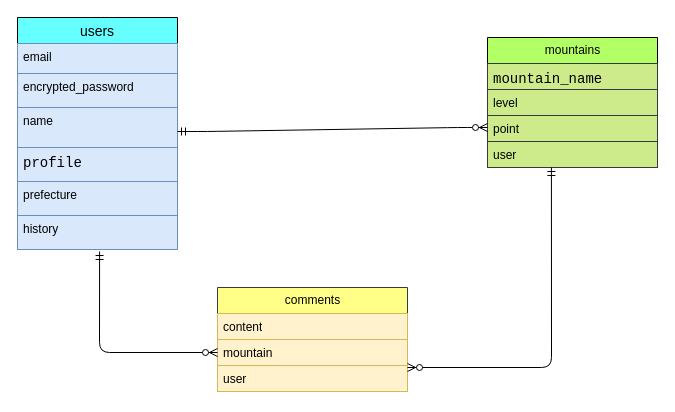
Above: climbing.dio in fuku0717/climbing_app (draw.io), before the change. Source tidied: cells renumbered, new cells numbered last; positions are measured from the earlier drawing's top-left corner, leaving out a move shared by most shapes. Both pictures are drawn from the tidied source at 100%, with x=0, y=0 at pixel (17, 17).
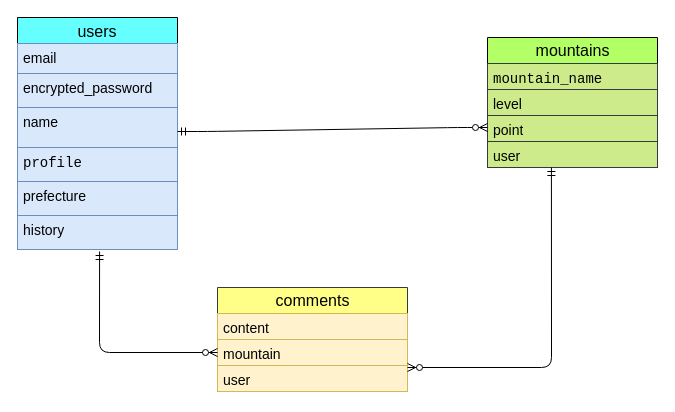
After the change.

Commit message:
climbing.dio を更新します

Diff of the diagram source:
```diff
@@
-    <mxCell id="2" value="&lt;font color=&quot;#000000&quot;&gt;comments&lt;/font&gt;" style="swimlane;fontStyle=0;horizontal=1;startSize=26;fillColor=#ffff88;html=1;strokeColor=#36393d;" parent="1" vertex="1">
+    <mxCell id="2" value="&lt;font style=&quot;font-size: 16px;&quot; color=&quot;#000000&quot;&gt;comments&lt;/font&gt;" style="swimlane;fontStyle=0;horizontal=1;startSize=26;fillColor=#ffff88;html=1;strokeColor=#36393d;" parent="1" vertex="1">
       <mxGeometry x="200" y="270" width="190" height="104" as="geometry" />
     </mxCell>
-    <mxCell id="3" value="content" style="text;strokeColor=#d6b656;fillColor=#fff2cc;align=left;verticalAlign=top;spacingLeft=4;spacingRight=4;overflow=hidden;whiteSpace=wrap;html=1;labelBackgroundColor=none;" parent="2" vertex="1">
+    <mxCell id="3" value="&lt;font style=&quot;font-size: 14px;&quot;&gt;content&lt;/font&gt;" style="text;strokeColor=#d6b656;fillColor=#fff2cc;align=left;verticalAlign=top;spacingLeft=4;spacingRight=4;overflow=hidden;whiteSpace=wrap;html=1;labelBackgroundColor=none;" parent="2" vertex="1">
       <mxGeometry y="26" width="190" height="26" as="geometry" />
     </mxCell>
-    <mxCell id="4" value="mountain" style="text;align=left;verticalAlign=top;spacingLeft=4;spacingRight=4;overflow=hidden;points=[[0,0.5],[1,0.5]];portConstraint=eastwest;whiteSpace=wrap;html=1;fillColor=#fff2cc;strokeColor=#d6b656;" parent="2" vertex="1">
+    <mxCell id="4" value="&lt;font style=&quot;font-size: 14px;&quot;&gt;mountain&lt;/font&gt;" style="text;align=left;verticalAlign=top;spacingLeft=4;spacingRight=4;overflow=hidden;points=[[0,0.5],[1,0.5]];portConstraint=eastwest;whiteSpace=wrap;html=1;fillColor=#fff2cc;strokeColor=#d6b656;" parent="2" vertex="1">
       <mxGeometry y="52" width="190" height="26" as="geometry" />
     </mxCell>
-    <mxCell id="5" value="user" style="text;align=left;verticalAlign=top;spacingLeft=4;spacingRight=4;overflow=hidden;whiteSpace=wrap;html=1;fillColor=#fff2cc;strokeColor=#d6b656;" parent="2" vertex="1">
+    <mxCell id="5" value="&lt;font style=&quot;font-size: 14px;&quot;&gt;user&lt;/font&gt;" style="text;align=left;verticalAlign=top;spacingLeft=4;spacingRight=4;overflow=hidden;whiteSpace=wrap;html=1;fillColor=#fff2cc;strokeColor=#d6b656;" parent="2" vertex="1">
       <mxGeometry y="78" width="190" height="26" as="geometry" />
     </mxCell>
-    <mxCell id="6" value="&lt;font style=&quot;&quot; color=&quot;#000000&quot;&gt;mountains&lt;/font&gt;" style="swimlane;fontStyle=0;horizontal=1;startSize=26;fillColor=#B3FF66;html=1;" parent="1" vertex="1">
+    <mxCell id="6" value="&lt;font style=&quot;font-size: 16px;&quot; color=&quot;#000000&quot;&gt;mountains&lt;/font&gt;" style="swimlane;fontStyle=0;horizontal=1;startSize=26;fillColor=#B3FF66;html=1;" parent="1" vertex="1">
       <mxGeometry x="470" y="20" width="170" height="104" as="geometry" />
     </mxCell>
@@
-    <mxCell id="8" value="level" style="text;strokeColor=#36393d;fillColor=#cdeb8b;align=left;verticalAlign=top;spacingLeft=4;spacingRight=4;overflow=hidden;whiteSpace=wrap;html=1;" parent="6" vertex="1">
+    <mxCell id="8" value="&lt;font style=&quot;font-size: 14px;&quot;&gt;level&lt;/font&gt;" style="text;strokeColor=#36393d;fillColor=#cdeb8b;align=left;verticalAlign=top;spacingLeft=4;spacingRight=4;overflow=hidden;whiteSpace=wrap;html=1;" parent="6" vertex="1">
       <mxGeometry y="52" width="170" height="26" as="geometry" />
     </mxCell>
-    <mxCell id="9" value="point" style="text;strokeColor=#36393d;fillColor=#cdeb8b;align=left;verticalAlign=top;spacingLeft=4;spacingRight=4;overflow=hidden;whiteSpace=wrap;html=1;" parent="6" vertex="1">
+    <mxCell id="9" value="&lt;font style=&quot;font-size: 14px;&quot;&gt;point&lt;/font&gt;" style="text;strokeColor=#36393d;fillColor=#cdeb8b;align=left;verticalAlign=top;spacingLeft=4;spacingRight=4;overflow=hidden;whiteSpace=wrap;html=1;" parent="6" vertex="1">
       <mxGeometry y="78" width="170" height="26" as="geometry" />
     </mxCell>
-    <mxCell id="10" value="users" style="swimlane;fontStyle=0;horizontal=1;startSize=26;align=center;fontSize=14;shadow=0;labelBackgroundColor=none;sketch=0;fillColor=#66FFFF;fontColor=#000000;" parent="1" vertex="1">
+    <mxCell id="10" value="users" style="swimlane;fontStyle=0;horizontal=1;startSize=26;align=center;fontSize=16;shadow=0;labelBackgroundColor=none;sketch=0;fillColor=#66FFFF;fontColor=#000000;" parent="1" vertex="1">
       <mxGeometry width="160" height="130" as="geometry" />
     </mxCell>
-    <mxCell id="11" value="email" style="text;strokeColor=#6c8ebf;fillColor=#dae8fc;spacingLeft=4;spacingRight=4;overflow=hidden;fontSize=12;shadow=0;labelBackgroundColor=none;sketch=0;" parent="10" vertex="1">
+    <mxCell id="11" value="email" style="text;strokeColor=#6c8ebf;fillColor=#dae8fc;spacingLeft=4;spacingRight=4;overflow=hidden;fontSize=14;shadow=0;labelBackgroundColor=none;sketch=0;" parent="10" vertex="1">
       <mxGeometry y="26" width="160" height="30" as="geometry" />
     </mxCell>
-    <mxCell id="12" value="encrypted_password" style="text;strokeColor=#6c8ebf;fillColor=#dae8fc;spacingLeft=4;spacingRight=4;overflow=hidden;fontSize=12;shadow=0;labelBackgroundColor=none;sketch=0;" parent="10" vertex="1">
+    <mxCell id="12" value="encrypted_password" style="text;strokeColor=#6c8ebf;fillColor=#dae8fc;spacingLeft=4;spacingRight=4;overflow=hidden;fontSize=14;shadow=0;labelBackgroundColor=none;sketch=0;" parent="10" vertex="1">
       <mxGeometry y="56" width="160" height="34" as="geometry" />
     </mxCell>
-    <mxCell id="13" value="name" style="text;strokeColor=#6c8ebf;fillColor=#dae8fc;spacingLeft=4;spacingRight=4;overflow=hidden;fontSize=12;shadow=0;labelBackgroundColor=none;sketch=0;" parent="10" vertex="1">
+    <mxCell id="13" value="name" style="text;strokeColor=#6c8ebf;fillColor=#dae8fc;spacingLeft=4;spacingRight=4;overflow=hidden;fontSize=14;shadow=0;labelBackgroundColor=none;sketch=0;" parent="10" vertex="1">
       <mxGeometry y="90" width="160" height="40" as="geometry" />
     </mxCell>
-    <mxCell id="14" value="user" style="text;strokeColor=#36393d;fillColor=#cdeb8b;align=left;verticalAlign=top;spacingLeft=4;spacingRight=4;overflow=hidden;points=[[0,0.5],[1,0.5]];portConstraint=eastwest;whiteSpace=wrap;html=1;" parent="1" vertex="1">
+    <mxCell id="14" value="&lt;font style=&quot;font-size: 14px;&quot;&gt;user&lt;/font&gt;" style="text;strokeColor=#36393d;fillColor=#cdeb8b;align=left;verticalAlign=top;spacingLeft=4;spacingRight=4;overflow=hidden;points=[[0,0.5],[1,0.5]];portConstraint=eastwest;whiteSpace=wrap;html=1;" parent="1" vertex="1">
       <mxGeometry x="470" y="124" width="170" height="26" as="geometry" />
     </mxCell>
@@
-    <mxCell id="16" value="prefecture" style="text;strokeColor=#6c8ebf;fillColor=#dae8fc;align=left;verticalAlign=top;spacingLeft=4;spacingRight=4;overflow=hidden;whiteSpace=wrap;html=1;" parent="1" vertex="1">
+    <mxCell id="16" value="&lt;font style=&quot;font-size: 14px;&quot;&gt;prefecture&lt;/font&gt;" style="text;strokeColor=#6c8ebf;fillColor=#dae8fc;align=left;verticalAlign=top;spacingLeft=4;spacingRight=4;overflow=hidden;whiteSpace=wrap;html=1;" parent="1" vertex="1">
       <mxGeometry y="164" width="160" height="34" as="geometry" />
     </mxCell>
-    <mxCell id="17" value="history" style="text;strokeColor=#6c8ebf;fillColor=#dae8fc;align=left;verticalAlign=top;spacingLeft=4;spacingRight=4;overflow=hidden;points=[[0,0.5],[1,0.5]];portConstraint=eastwest;whiteSpace=wrap;html=1;" parent="1" vertex="1">
+    <mxCell id="17" value="&lt;font style=&quot;font-size: 14px;&quot;&gt;history&lt;/font&gt;" style="text;strokeColor=#6c8ebf;fillColor=#dae8fc;align=left;verticalAlign=top;spacingLeft=4;spacingRight=4;overflow=hidden;points=[[0,0.5],[1,0.5]];portConstraint=eastwest;whiteSpace=wrap;html=1;" parent="1" vertex="1">
       <mxGeometry y="198" width="160" height="34" as="geometry" />
     </mxCell>
```
